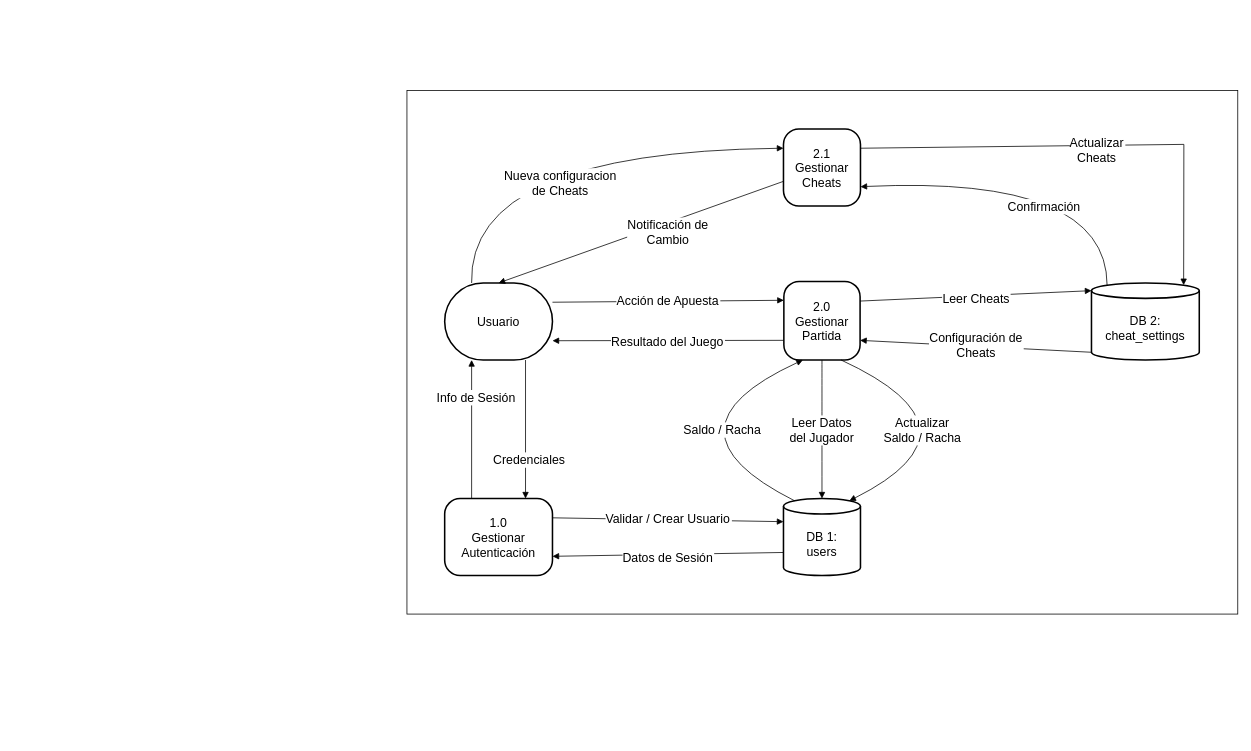
Before: diagramas/DFD/DFD_1.drawio in POLA-LCS/juego-consciente, a draw.io diagram. Source tidied: cells renumbered, new cells numbered last; positions are measured from the earlier drawing's top-left corner, leaving out a move shared by most shapes. Both pictures are drawn from the tidied source at 77%, with x=0, y=0 at pixel (407, 90).
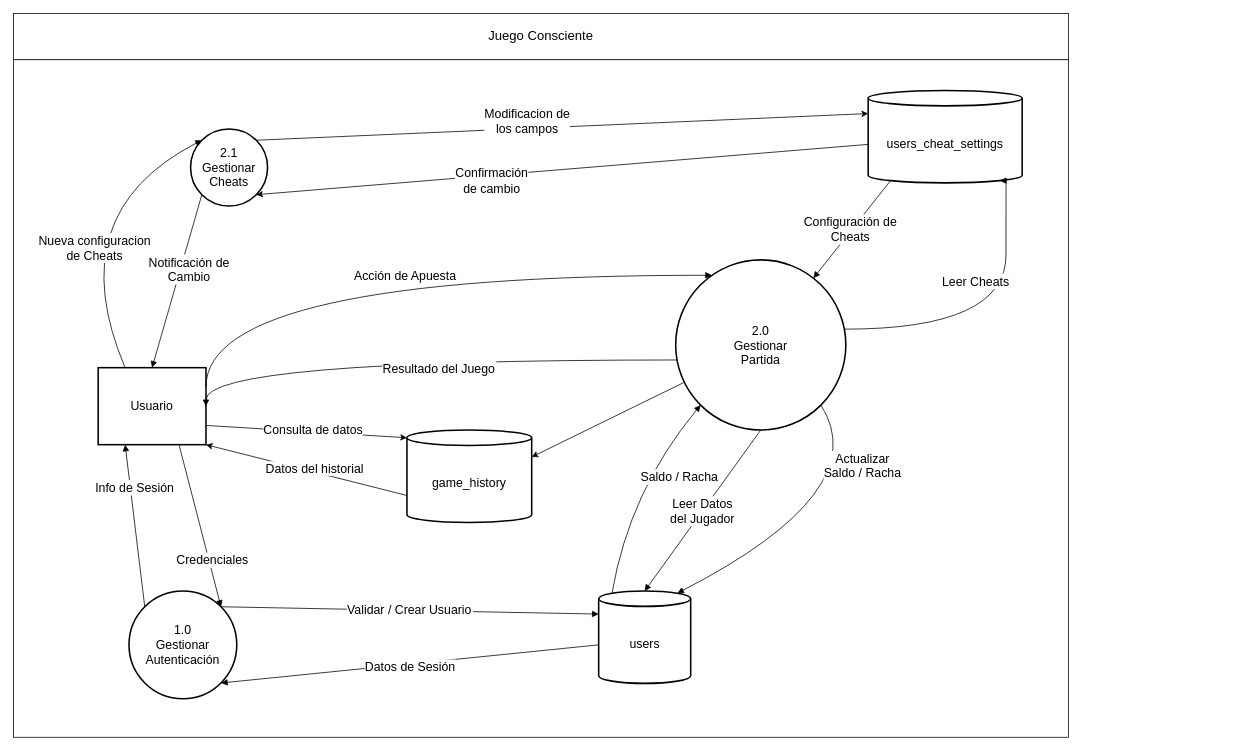
The same page after the edit.

What changed in the source:
```diff
@@
-    <mxCell id="2" style="rounded=0;whiteSpace=wrap;html=1;" parent="1" vertex="1">
-      <mxGeometry width="1079" height="680" as="geometry" />
-    </mxCell>
+    <mxCell id="24" style="rounded=0;whiteSpace=wrap;html=1;" parent="1" vertex="1">
+      <mxGeometry x="-511" y="-40" width="1370" height="880" as="geometry" />
+    </mxCell>
-    <mxCell id="3" value="Usuario" style="rounded=1;whiteSpace=wrap;arcSize=50;strokeWidth=2;fontSize=16;" parent="1" vertex="1">
-      <mxGeometry x="49" y="250" width="140" height="100" as="geometry" />
+    <mxCell id="3" value="Usuario" style="rounded=0;whiteSpace=wrap;arcSize=50;strokeWidth=2;fontSize=16;" parent="1" vertex="1">
+      <mxGeometry x="-401" y="360" width="140" height="100" as="geometry" />
     </mxCell>
-    <mxCell id="4" value="1.0&#10;Gestionar&#10;Autenticación" style="rounded=1;arcSize=20;strokeWidth=2;fontSize=16;" parent="1" vertex="1">
-      <mxGeometry x="49" y="530" width="140" height="100" as="geometry" />
-    </mxCell>
-    <mxCell id="5" value="2.0&#10;Gestionar&#10;Partida" style="rounded=1;arcSize=20;strokeWidth=2;fontSize=16;" parent="1" vertex="1">
-      <mxGeometry x="489.5" y="248" width="99" height="102" as="geometry" />
-    </mxCell>
-    <mxCell id="6" value="2.1&#10;Gestionar&#10;Cheats" style="rounded=1;arcSize=20;strokeWidth=2;fontSize=16;" parent="1" vertex="1">
-      <mxGeometry x="489" y="50" width="100" height="100" as="geometry" />
-    </mxCell>
-    <mxCell id="7" value="DB 1:&#10;users" style="shape=cylinder3;boundedLbl=1;backgroundOutline=1;size=10;strokeWidth=2;whiteSpace=wrap;fontSize=16;" parent="1" vertex="1">
-      <mxGeometry x="489" y="530" width="100" height="100" as="geometry" />
+    <mxCell id="7" value="users" style="shape=cylinder3;boundedLbl=1;backgroundOutline=1;size=10;strokeWidth=2;whiteSpace=wrap;fontSize=16;" parent="1" vertex="1">
+      <mxGeometry x="249" y="650" width="119.5" height="120" as="geometry" />
     </mxCell>
+    <mxCell id="22" style="rounded=0;jettySize=auto;html=1;exitX=0;exitY=0;exitDx=0;exitDy=70;exitPerimeter=0;entryX=1;entryY=1;entryDx=0;entryDy=0;" parent="1" edge="1" source="8" target="6">
+      <mxGeometry relative="1" as="geometry" />
+    </mxCell>
+    <mxCell id="25" value="&lt;div&gt;&lt;font style=&quot;font-size: 16px;&quot;&gt;Confirmación&lt;/font&gt;&lt;/div&gt;&lt;div&gt;&lt;font style=&quot;font-size: 16px;&quot;&gt;de cambio&lt;/font&gt;&lt;/div&gt;" style="edgeLabel;html=1;align=center;verticalAlign=middle;" parent="22" vertex="1">
+      <mxGeometry x="0.32" y="3" relative="1" as="geometry">
+        <mxPoint x="34" as="offset" />
+      </mxGeometry>
+    </mxCell>
-    <mxCell id="8" value="DB 2:&#10;cheat_settings" style="shape=cylinder3;boundedLbl=1;backgroundOutline=1;size=10;strokeWidth=2;whiteSpace=wrap;fontSize=16;" parent="1" vertex="1">
-      <mxGeometry x="889" y="250" width="140" height="100" as="geometry" />
+    <mxCell id="8" value="users_cheat_settings" style="shape=cylinder3;boundedLbl=1;backgroundOutline=1;size=10;strokeWidth=2;whiteSpace=wrap;fontSize=16;" parent="1" vertex="1">
+      <mxGeometry x="599" width="200" height="120" as="geometry" />
     </mxCell>
-    <mxCell id="9" value="Credenciales" style="startArrow=none;endArrow=block;exitX=0.75;exitY=1;entryX=0.75;entryY=0;rounded=0;fontSize=16;entryDx=0;entryDy=0;exitDx=0;exitDy=0;" parent="1" edge="1" source="3" target="4">
+    <mxCell id="9" value="Credenciales" style="startArrow=none;endArrow=block;exitX=0.75;exitY=1;entryX=1;entryY=0;rounded=0;fontSize=16;entryDx=0;entryDy=0;exitDx=0;exitDy=0;" parent="1" edge="1" source="3" target="4">
       <mxGeometry x="0.43" y="5" relative="1" as="geometry" />
     </mxCell>
-    <mxCell id="10" value="Validar / Crear Usuario" style="startArrow=none;endArrow=block;exitX=1;exitY=0.25;entryX=0;entryY=0;rounded=0;fontSize=16;entryDx=0;entryDy=30;entryPerimeter=0;exitDx=0;exitDy=0;" parent="1" edge="1" source="4" target="7">
+    <mxCell id="10" value="Validar / Crear Usuario" style="startArrow=none;endArrow=block;exitX=1;exitY=0;entryX=0;entryY=0;rounded=0;fontSize=16;entryDx=0;entryDy=30;entryPerimeter=0;exitDx=0;exitDy=0;" parent="1" edge="1" source="4" target="7">
       <mxGeometry y="2" relative="1" as="geometry" />
     </mxCell>
-    <mxCell id="11" value="Datos de Sesión" style="startArrow=none;endArrow=block;exitX=0;exitY=0;entryX=1;entryY=0.75;rounded=0;fontSize=16;exitDx=0;exitDy=70;exitPerimeter=0;entryDx=0;entryDy=0;" parent="1" edge="1" source="7" target="4">
+    <mxCell id="11" value="Datos de Sesión" style="startArrow=none;endArrow=block;exitX=0;exitY=0;entryX=1;entryY=1;rounded=0;fontSize=16;exitDx=0;exitDy=70;exitPerimeter=0;entryDx=0;entryDy=0;" parent="1" edge="1" source="7" target="4">
       <mxGeometry y="2" relative="1" as="geometry">
         <mxPoint y="1" as="offset" />
       </mxGeometry>
     </mxCell>
-    <mxCell id="12" value="Info de Sesión" style="startArrow=none;endArrow=block;entryX=0.25;entryY=1;rounded=0;fontSize=16;entryDx=0;entryDy=0;exitX=0.25;exitY=0;exitDx=0;exitDy=0;" parent="1" edge="1" source="4" target="3">
+    <mxCell id="12" value="Info de Sesión" style="startArrow=none;endArrow=block;entryX=0.25;entryY=1;rounded=0;fontSize=16;entryDx=0;entryDy=0;exitX=0;exitY=0;exitDx=0;exitDy=0;" parent="1" edge="1" source="4" target="3">
       <mxGeometry x="0.47" y="-6" relative="1" as="geometry" />
     </mxCell>
-    <mxCell id="13" value="Acción de Apuesta" style="startArrow=none;endArrow=block;exitX=1;exitY=0.25;entryX=0;entryY=0.24;rounded=0;fontSize=16;exitDx=0;exitDy=0;" parent="1" edge="1" source="3" target="5">
-      <mxGeometry y="1" relative="1" as="geometry" />
+    <mxCell id="13" value="Acción de Apuesta" style="startArrow=none;endArrow=block;exitX=1;exitY=0.25;rounded=0;fontSize=16;exitDx=0;exitDy=0;edgeStyle=orthogonalEdgeStyle;curved=1;" parent="1" edge="1" source="3" target="5">
+      <mxGeometry x="0.01" relative="1" as="geometry">
+        <Array as="points">
+          <mxPoint x="-261" y="240" />
+        </Array>
+        <mxPoint x="-1" as="offset" />
+      </mxGeometry>
     </mxCell>
@@
-    <mxCell id="15" value="Saldo / Racha" style="curved=1;startArrow=none;endArrow=block;exitX=0.145;exitY=0;entryX=0.25;entryY=1;rounded=0;fontSize=16;entryDx=0;entryDy=0;exitDx=0;exitDy=2.9;exitPerimeter=0;" parent="1" edge="1" source="7" target="5">
+    <mxCell id="15" value="Saldo / Racha" style="curved=1;startArrow=none;endArrow=block;exitX=0.145;exitY=0;entryX=0;entryY=1;rounded=0;fontSize=16;entryDx=0;entryDy=0;exitDx=0;exitDy=2.9;exitPerimeter=0;" parent="1" edge="1" source="7" target="5">
       <mxGeometry x="0.37" y="-38" relative="1" as="geometry">
         <Array as="points">
-          <mxPoint x="319" y="440" />
+          <mxPoint x="289" y="520" />
         </Array>
       </mxGeometry>
     </mxCell>
-    <mxCell id="16" value="Leer Cheats" style="startArrow=none;endArrow=block;exitX=1;exitY=0.25;entryX=0;entryY=0;rounded=0;fontSize=16;entryDx=0;entryDy=10;entryPerimeter=0;exitDx=0;exitDy=0;" parent="1" edge="1" source="5" target="8">
-      <mxGeometry y="-3" relative="1" as="geometry">
-        <mxPoint x="1" as="offset" />
+    <mxCell id="16" value="Leer Cheats" style="startArrow=none;endArrow=block;entryX=0.855;entryY=1;rounded=0;fontSize=16;entryDx=0;entryDy=-2.9;entryPerimeter=0;edgeStyle=orthogonalEdgeStyle;curved=1;" parent="1" edge="1" source="5" target="8">
+      <mxGeometry x="0.33" y="39" relative="1" as="geometry">
+        <Array as="points">
+          <mxPoint x="778" y="310" />
+        </Array>
       </mxGeometry>
     </mxCell>
-    <mxCell id="17" value="Configuración de&#10;Cheats" style="startArrow=none;endArrow=block;exitX=0;exitY=1;entryX=1;entryY=0.75;rounded=0;fontSize=16;exitDx=0;exitDy=-10;exitPerimeter=0;entryDx=0;entryDy=0;" parent="1" edge="1" source="8" target="5">
+    <mxCell id="17" value="Configuración de&#10;Cheats" style="startArrow=none;endArrow=block;exitX=0.145;exitY=1;rounded=0;fontSize=16;exitDx=0;exitDy=-2.9;exitPerimeter=0;" parent="1" edge="1" source="8" target="5">
       <mxGeometry y="-2" relative="1" as="geometry" />
     </mxCell>
-    <mxCell id="18" value="Actualizar&#10;Saldo / Racha" style="curved=1;startArrow=none;endArrow=block;exitX=0.75;exitY=1;entryX=0.855;entryY=0;rounded=0;fontSize=16;exitDx=0;exitDy=0;entryDx=0;entryDy=2.9;entryPerimeter=0;" parent="1" edge="1" source="5" target="7">
+    <mxCell id="18" value="Actualizar&#10;Saldo / Racha" style="curved=1;startArrow=none;endArrow=block;exitX=1;exitY=1;entryX=0.855;entryY=0;rounded=0;fontSize=16;exitDx=0;exitDy=0;entryDx=0;entryDy=2.9;entryPerimeter=0;" parent="1" edge="1" source="5" target="7">
       <mxGeometry x="-0.37" y="-38" relative="1" as="geometry">
         <Array as="points">
-          <mxPoint x="759" y="440" />
+          <mxPoint x="609" y="520" />
         </Array>
         <mxPoint x="1" as="offset" />
       </mxGeometry>
     </mxCell>
-    <mxCell id="19" value="Resultado del Juego" style="startArrow=none;endArrow=block;exitX=0;exitY=0.75;entryX=1;entryY=0.75;rounded=0;fontSize=16;exitDx=0;exitDy=0;entryDx=0;entryDy=0;" parent="1" edge="1" source="5" target="3">
-      <mxGeometry relative="1" as="geometry">
-        <mxPoint x="-1" as="offset" />
+    <mxCell id="19" value="Resultado del Juego" style="startArrow=none;endArrow=block;rounded=0;fontSize=16;edgeStyle=orthogonalEdgeStyle;curved=1;entryX=1;entryY=0.5;entryDx=0;entryDy=0;" parent="1" edge="1" source="5" target="3">
+      <mxGeometry x="-0.08" y="10" relative="1" as="geometry">
+        <Array as="points">
+          <mxPoint x="-261" y="350" />
+        </Array>
       </mxGeometry>
     </mxCell>
-    <mxCell id="20" value="Nueva configuracion&#10;de Cheats" style="curved=1;startArrow=none;endArrow=block;exitX=0.25;exitY=0;rounded=0;fontSize=16;exitDx=0;exitDy=0;entryX=0;entryY=0.25;entryDx=0;entryDy=0;" parent="1" edge="1" source="3" target="6">
-      <mxGeometry y="-41" relative="1" as="geometry">
+    <mxCell id="20" value="Nueva configuracion&#10;de Cheats" style="curved=1;startArrow=none;endArrow=block;exitX=0.25;exitY=0;rounded=0;fontSize=16;exitDx=0;exitDy=0;entryX=0;entryY=0;entryDx=0;entryDy=0;" parent="1" edge="1" source="3" target="6">
+      <mxGeometry x="-0.25" y="-25" relative="1" as="geometry">
         <Array as="points">
-          <mxPoint x="79" y="80" />
+          <mxPoint x="-451" y="160" />
         </Array>
       </mxGeometry>
     </mxCell>
+    <mxCell id="23" value="Notificación de&#10;Cambio" style="startArrow=none;endArrow=block;exitX=0;exitY=1;entryX=0.5;entryY=0;rounded=0;fontSize=16;entryDx=0;entryDy=0;exitDx=0;exitDy=0;" parent="1" edge="1" source="6" target="3">
+      <mxGeometry x="-0.17" y="11" relative="1" as="geometry" />
+    </mxCell>
+    <mxCell id="6" value="&lt;div&gt;&lt;font style=&quot;font-size: 16px;&quot;&gt;2.1&lt;/font&gt;&lt;/div&gt;&lt;div&gt;&lt;font style=&quot;font-size: 16px;&quot;&gt;Gestionar&lt;/font&gt;&lt;/div&gt;&lt;div&gt;&lt;font style=&quot;font-size: 16px;&quot;&gt;Cheats&lt;/font&gt;&lt;/div&gt;" style="ellipse;whiteSpace=wrap;html=1;strokeWidth=2;" parent="1" vertex="1">
+      <mxGeometry x="-281" y="50" width="100" height="100" as="geometry" />
+    </mxCell>
+    <mxCell id="4" value="&lt;div&gt;1.0&lt;/div&gt;&lt;div&gt;Gestionar&lt;/div&gt;&lt;div&gt;Autenticación&lt;/div&gt;" style="ellipse;whiteSpace=wrap;html=1;strokeWidth=2;fontSize=16;" parent="1" vertex="1">
+      <mxGeometry x="-361" y="650" width="140" height="140" as="geometry" />
+    </mxCell>
+    <mxCell id="5" value="&lt;div&gt;2.0&lt;/div&gt;&lt;div&gt;Gestionar&lt;/div&gt;&lt;div&gt;Partida&lt;/div&gt;" style="ellipse;whiteSpace=wrap;html=1;strokeWidth=2;fontSize=16;" parent="1" vertex="1">
+      <mxGeometry x="349" y="220" width="221" height="221" as="geometry" />
+    </mxCell>
+    <mxCell id="26" value="&lt;font style=&quot;font-size: 17px;&quot;&gt;Juego Consciente&lt;/font&gt;" style="rounded=0;whiteSpace=wrap;html=1;" parent="1" vertex="1">
+      <mxGeometry x="-511" y="-100" width="1370" height="60" as="geometry" />
+    </mxCell>
+    <mxCell id="27" style="rounded=0;jettySize=auto;html=1;exitX=0;exitY=0;exitDx=0;exitDy=85.00000000000001;exitPerimeter=0;entryX=1;entryY=1;entryDx=0;entryDy=0;" parent="1" edge="1" source="28" target="3">
+      <mxGeometry relative="1" as="geometry" />
+    </mxCell>
+    <mxCell id="28" value="game_history" style="shape=cylinder3;boundedLbl=1;backgroundOutline=1;size=10;strokeWidth=2;whiteSpace=wrap;fontSize=16;" parent="1" vertex="1">
+      <mxGeometry y="441" width="162" height="120" as="geometry" />
+    </mxCell>
-    <mxCell id="21" value="Actualizar&#10;Cheats" style="startArrow=none;endArrow=block;rounded=0;fontSize=16;exitX=1;exitY=0.25;exitDx=0;exitDy=0;entryX=0.855;entryY=0;entryDx=0;entryDy=2.9;entryPerimeter=0;" parent="1" edge="1" source="6" target="8">
-      <mxGeometry x="0.02" y="-5" relative="1" as="geometry">
-        <Array as="points">
-          <mxPoint x="1009" y="70" />
-        </Array>
-      </mxGeometry>
+    <mxCell id="21" style="rounded=0;jettySize=auto;html=1;exitX=1;exitY=0;exitDx=0;exitDy=0;entryX=0;entryY=0;entryDx=0;entryDy=30;entryPerimeter=0;" parent="1" edge="1" source="6" target="8">
+      <mxGeometry relative="1" as="geometry" />
     </mxCell>
-    <mxCell id="22" value="Confirmación" style="curved=1;startArrow=none;endArrow=block;exitX=0.145;exitY=0;entryX=1;entryY=0.75;rounded=0;fontSize=16;entryDx=0;entryDy=0;exitDx=0;exitDy=2.9;exitPerimeter=0;" parent="1" edge="1" source="8" target="6">
-      <mxGeometry x="-0.03" y="36" relative="1" as="geometry">
-        <Array as="points">
-          <mxPoint x="909" y="110" />
-        </Array>
-        <mxPoint x="-1" as="offset" />
-      </mxGeometry>
-    </mxCell>
-    <mxCell id="23" value="Notificación de&#10;Cambio" style="startArrow=none;endArrow=block;exitX=0;exitY=0.68;entryX=0.5;entryY=0;rounded=0;fontSize=16;entryDx=0;entryDy=0;" parent="1" edge="1" source="6" target="3">
-      <mxGeometry x="-0.17" y="11" relative="1" as="geometry" />
-    </mxCell>
+    <mxCell id="29" value="&lt;div&gt;&lt;font style=&quot;font-size: 16px;&quot;&gt;Modificacion de&lt;/font&gt;&lt;/div&gt;&lt;div&gt;&lt;font style=&quot;font-size: 16px;&quot;&gt;los campos&lt;/font&gt;&lt;/div&gt;" style="edgeLabel;html=1;align=center;verticalAlign=middle;" parent="21" vertex="1">
+      <mxGeometry x="-0.18" y="-4" relative="1" as="geometry">
+        <mxPoint x="25" y="-15" as="offset" />
+      </mxGeometry>
+    </mxCell>
+    <mxCell id="30" style="rounded=0;jettySize=auto;html=1;exitX=1;exitY=0.75;exitDx=0;exitDy=0;entryX=0;entryY=0;entryDx=0;entryDy=10;entryPerimeter=0;" parent="1" edge="1" source="3" target="28">
+      <mxGeometry relative="1" as="geometry" />
+    </mxCell>
+    <mxCell id="31" value="&lt;div&gt;&lt;font style=&quot;font-size: 16px;&quot;&gt;Consulta de datos&lt;/font&gt;&lt;/div&gt;" style="edgeLabel;html=1;align=center;verticalAlign=middle;" parent="30" vertex="1">
+      <mxGeometry x="0.06" y="4" relative="1" as="geometry" />
+    </mxCell>
+    <mxCell id="32" value="&lt;font style=&quot;font-size: 16px;&quot;&gt;Datos del historial&lt;/font&gt;" style="edgeLabel;html=1;align=center;verticalAlign=middle;" parent="1" vertex="1">
+      <mxGeometry x="-121" y="490" as="geometry" />
+    </mxCell>
+    <mxCell id="33" style="rounded=0;jettySize=auto;html=1;entryX=1;entryY=0;entryDx=0;entryDy=35;entryPerimeter=0;" parent="1" edge="1" source="5" target="28">
+      <mxGeometry relative="1" as="geometry" />
+    </mxCell>
```
